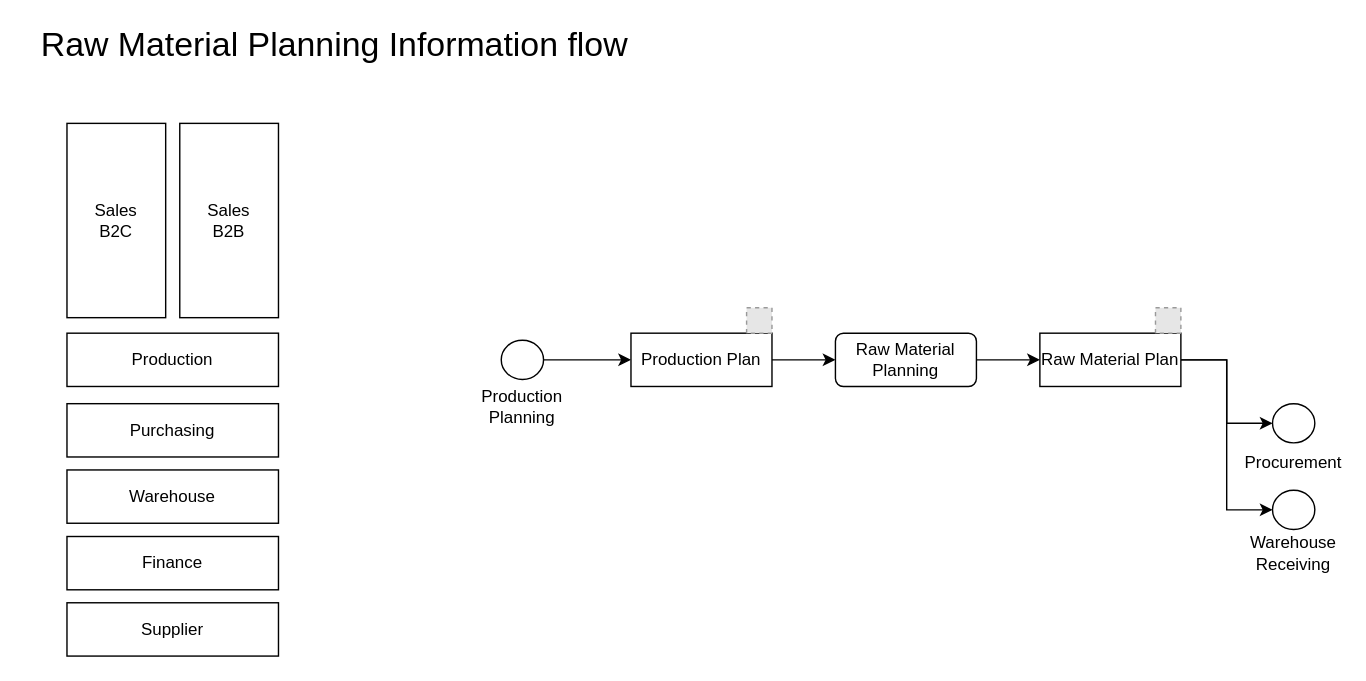
Above: page "MRP" (3 of 7) of RM flow.drawio in pkppm-dev/Roy-s (draw.io), before the change. Source tidied: cells renumbered, new cells numbered last; positions are measured from the earlier drawing's top-left corner, leaving out a move shared by most shapes. Both pictures are drawn from the tidied source at 141%, with x=0, y=0 at pixel (24, 24). Pictures stored in the file or linked from it are replaced by grey dashed boxes.
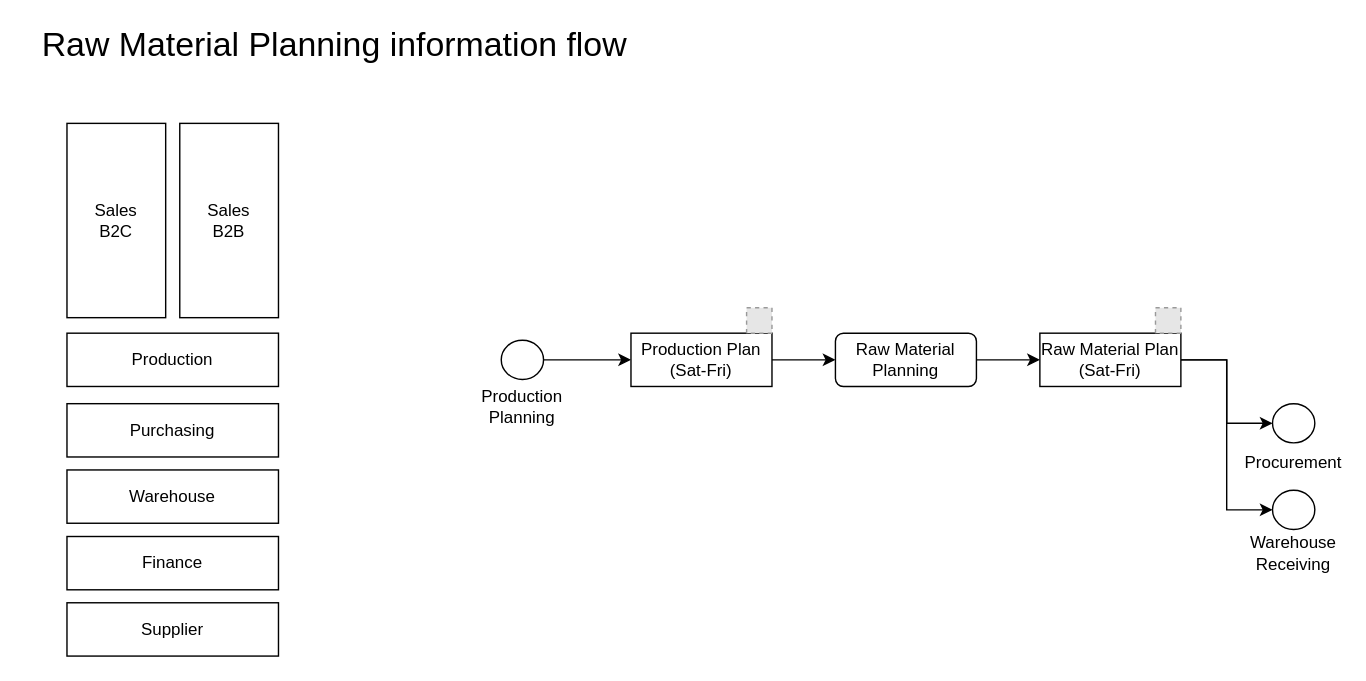
After the change.

What changed in the source:
```diff
@@
-    <mxCell id="2" value="&lt;font style=&quot;font-size: 24px;&quot;&gt;Raw Material Planning Information flow&lt;/font&gt;" style="text;html=1;align=center;verticalAlign=middle;whiteSpace=wrap;rounded=0;" parent="1" vertex="1">
+    <mxCell id="2" value="&lt;font style=&quot;font-size: 24px;&quot;&gt;Raw Material Planning information flow&lt;/font&gt;" style="text;html=1;align=center;verticalAlign=middle;whiteSpace=wrap;rounded=0;" parent="1" vertex="1">
       <mxGeometry width="440" height="30" as="geometry" />
     </mxCell>
@@
-    <mxCell id="16" value="Production Plan" style="whiteSpace=wrap;html=1;rounded=0;" parent="1" vertex="1">
+    <mxCell id="16" value="Production Plan&lt;div&gt;(Sat-Fri)&lt;/div&gt;" style="whiteSpace=wrap;html=1;rounded=0;" parent="1" vertex="1">
       <mxGeometry x="430" y="218.8" width="100" height="37.8" as="geometry" />
     </mxCell>
@@
-    <mxCell id="24" value="Raw Material Plan" style="whiteSpace=wrap;html=1;rounded=0;" parent="1" vertex="1">
+    <mxCell id="24" value="Raw Material Plan&lt;div&gt;(Sat-Fri)&lt;/div&gt;" style="whiteSpace=wrap;html=1;rounded=0;" parent="1" vertex="1">
       <mxGeometry x="720" y="218.8" width="100" height="37.8" as="geometry" />
     </mxCell>
```
